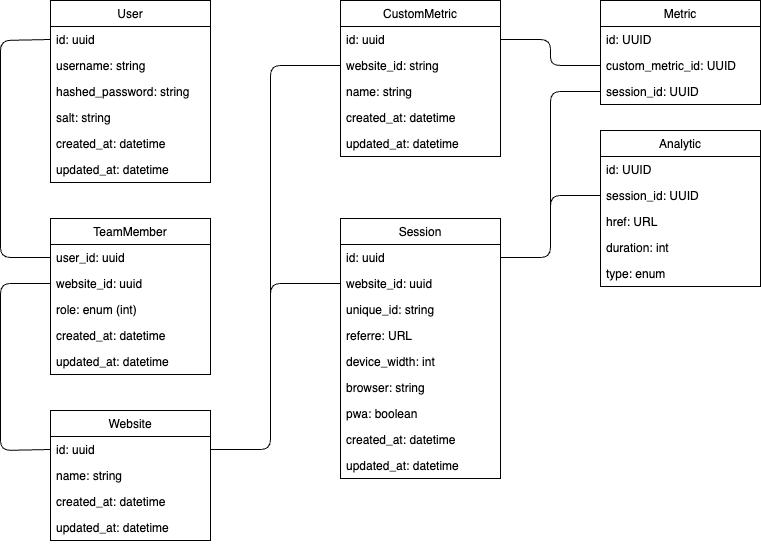
This is documentation/database_schema.drawio.png from Nikditten/BachelorProjekt, a draw.io export, as it was before one commit. Source tidied: cells renumbered, new cells last; positions are measured from the earlier drawing's top-left corner, leaving out a move shared by most shapes.
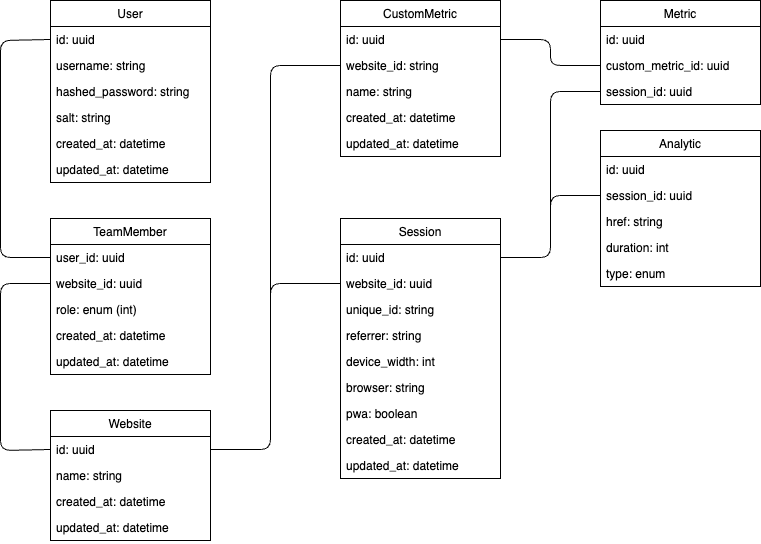
Later version of the same file.

What changed in the source:
```diff
@@ -35,7 +35,7 @@
     <mxCell id="12" value="unique_id: string" style="text;strokeColor=none;fillColor=none;align=left;verticalAlign=top;spacingLeft=4;spacingRight=4;overflow=hidden;" parent="9" vertex="1">
       <mxGeometry y="78" width="160" height="26" as="geometry" />
     </mxCell>
-    <mxCell id="13" value="referre: URL" style="text;strokeColor=none;fillColor=none;align=left;verticalAlign=top;spacingLeft=4;spacingRight=4;overflow=hidden;" parent="9" vertex="1">
+    <mxCell id="13" value="referrer: string" style="text;strokeColor=none;fillColor=none;align=left;verticalAlign=top;spacingLeft=4;spacingRight=4;overflow=hidden;" parent="9" vertex="1">
       <mxGeometry y="104" width="160" height="26" as="geometry" />
     </mxCell>
     <mxCell id="14" value="device_width: int" style="text;strokeColor=none;fillColor=none;align=left;verticalAlign=top;spacingLeft=4;spacingRight=4;overflow=hidden;" parent="9" vertex="1">
@@ -89,25 +89,25 @@
     <mxCell id="30" value="Metric" style="swimlane;fontStyle=0;horizontal=1;startSize=26;fillColor=none;" parent="1" vertex="1">
       <mxGeometry x="600" width="160" height="104" as="geometry" />
     </mxCell>
-    <mxCell id="31" value="id: UUID" style="text;strokeColor=none;fillColor=none;align=left;verticalAlign=top;spacingLeft=4;spacingRight=4;overflow=hidden;" parent="30" vertex="1">
+    <mxCell id="31" value="id: uuid" style="text;strokeColor=none;fillColor=none;align=left;verticalAlign=top;spacingLeft=4;spacingRight=4;overflow=hidden;" parent="30" vertex="1">
       <mxGeometry y="26" width="160" height="26" as="geometry" />
     </mxCell>
-    <mxCell id="32" value="custom_metric_id: UUID" style="text;strokeColor=none;fillColor=none;align=left;verticalAlign=top;spacingLeft=4;spacingRight=4;overflow=hidden;points=[[0,0.5],[1,0.5]];portConstraint=eastwest;" parent="30" vertex="1">
+    <mxCell id="32" value="custom_metric_id: uuid" style="text;strokeColor=none;fillColor=none;align=left;verticalAlign=top;spacingLeft=4;spacingRight=4;overflow=hidden;points=[[0,0.5],[1,0.5]];portConstraint=eastwest;" parent="30" vertex="1">
       <mxGeometry y="52" width="160" height="26" as="geometry" />
     </mxCell>
-    <mxCell id="33" value="session_id: UUID" style="text;strokeColor=none;fillColor=none;align=left;verticalAlign=top;spacingLeft=4;spacingRight=4;overflow=hidden;points=[[0,0.5],[1,0.5]];portConstraint=eastwest;" parent="30" vertex="1">
+    <mxCell id="33" value="session_id: uuid" style="text;strokeColor=none;fillColor=none;align=left;verticalAlign=top;spacingLeft=4;spacingRight=4;overflow=hidden;points=[[0,0.5],[1,0.5]];portConstraint=eastwest;" parent="30" vertex="1">
       <mxGeometry y="78" width="160" height="26" as="geometry" />
     </mxCell>
     <mxCell id="34" value="Analytic" style="swimlane;fontStyle=0;horizontal=1;startSize=26;fillColor=none;" parent="1" vertex="1">
       <mxGeometry x="600" y="130" width="160" height="156" as="geometry" />
     </mxCell>
-    <mxCell id="35" value="id: UUID" style="text;strokeColor=none;fillColor=none;align=left;verticalAlign=top;spacingLeft=4;spacingRight=4;overflow=hidden;" parent="34" vertex="1">
+    <mxCell id="35" value="id: uuid" style="text;strokeColor=none;fillColor=none;align=left;verticalAlign=top;spacingLeft=4;spacingRight=4;overflow=hidden;" parent="34" vertex="1">
       <mxGeometry y="26" width="160" height="26" as="geometry" />
     </mxCell>
-    <mxCell id="36" value="session_id: UUID" style="text;strokeColor=none;fillColor=none;align=left;verticalAlign=top;spacingLeft=4;spacingRight=4;overflow=hidden;points=[[0,0.5],[1,0.5]];portConstraint=eastwest;" parent="34" vertex="1">
+    <mxCell id="36" value="session_id: uuid" style="text;strokeColor=none;fillColor=none;align=left;verticalAlign=top;spacingLeft=4;spacingRight=4;overflow=hidden;points=[[0,0.5],[1,0.5]];portConstraint=eastwest;" parent="34" vertex="1">
       <mxGeometry y="52" width="160" height="26" as="geometry" />
     </mxCell>
-    <mxCell id="37" value="href: URL" style="text;strokeColor=none;fillColor=none;align=left;verticalAlign=top;spacingLeft=4;spacingRight=4;overflow=hidden;" parent="34" vertex="1">
+    <mxCell id="37" value="href: string" style="text;strokeColor=none;fillColor=none;align=left;verticalAlign=top;spacingLeft=4;spacingRight=4;overflow=hidden;" parent="34" vertex="1">
       <mxGeometry y="78" width="160" height="26" as="geometry" />
     </mxCell>
     <mxCell id="38" value="duration: int" style="text;strokeColor=none;fillColor=none;align=left;verticalAlign=top;spacingLeft=4;spacingRight=4;overflow=hidden;" parent="34" vertex="1">
```
